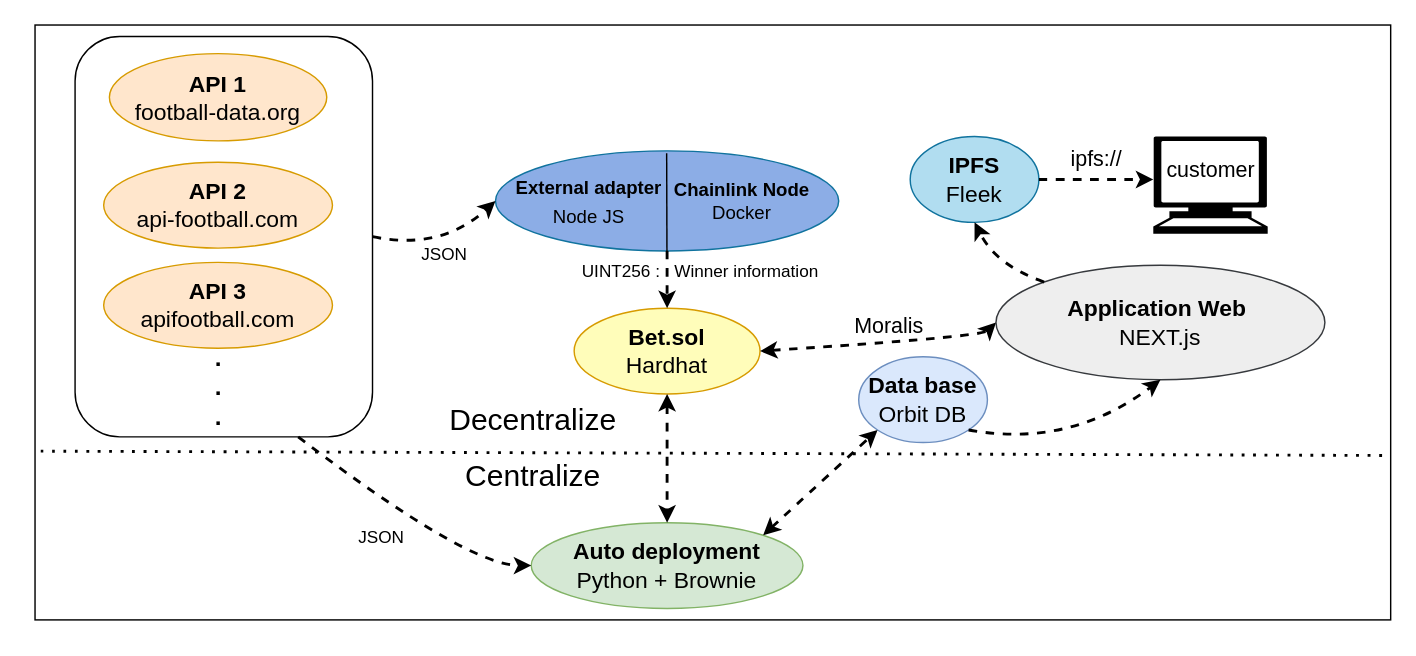
Above: Annexes/footbet_shema_full_decentralize.drawio in beirao/main-decentralize-foot-bet (draw.io), before the change. Source tidied: cells renumbered, new cells numbered last; positions are measured from the earlier drawing's top-left corner, leaving out a move shared by most shapes. Both pictures are drawn from the tidied source at 143%, with x=0, y=0 at pixel (34, 24).
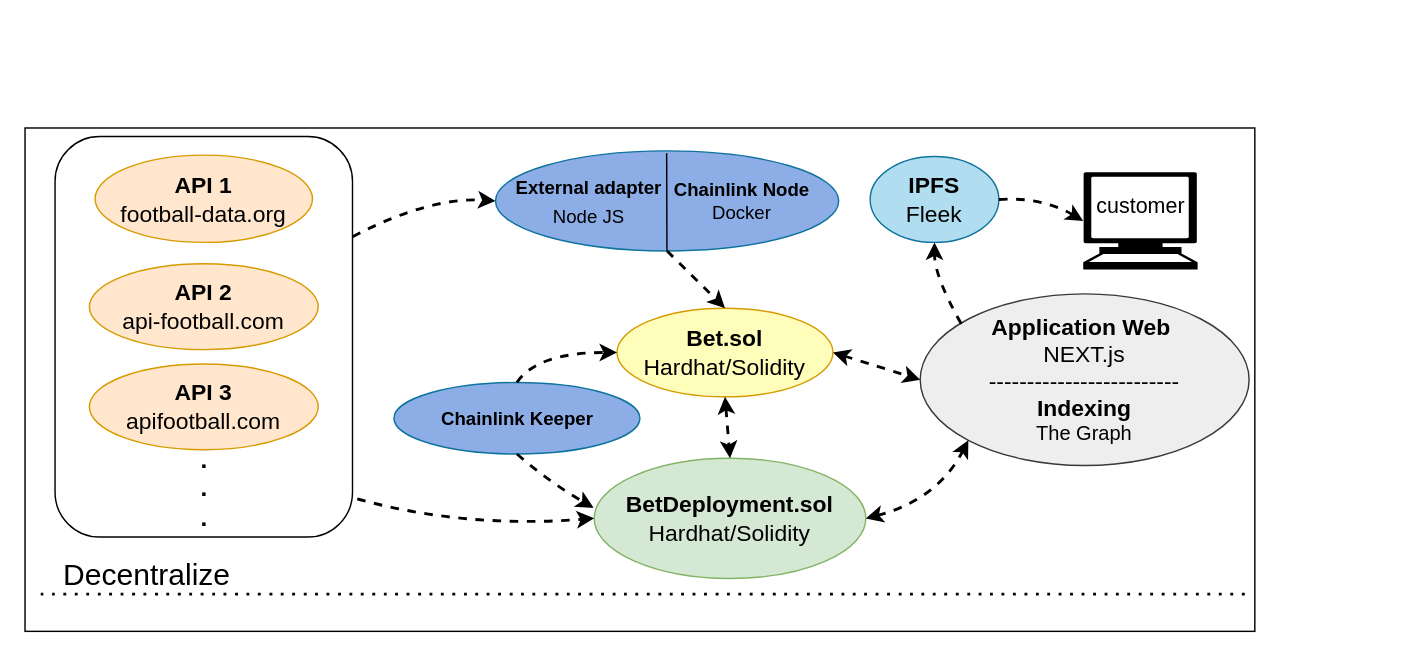
The same diagram, later.

Unchanged cells that the change refers to:
```xml
<mxCell id="2" value="&lt;font style=&quot;font-size: 13px;&quot;&gt;&amp;nbsp; &amp;nbsp; &amp;nbsp; &amp;nbsp; &amp;nbsp; &amp;nbsp; &amp;nbsp; &amp;nbsp; &amp;nbsp; &amp;nbsp; &amp;nbsp; &amp;nbsp; &amp;nbsp; &amp;nbsp; &amp;nbsp; &amp;nbsp;&amp;nbsp;&lt;/font&gt;" style="ellipse;whiteSpace=wrap;html=1;fillColor=#8CADE6;strokeColor=#10739e;rounded=0;" parent="1" vertex="1">
  <mxGeometry x="322" y="88" width="240" height="70" as="geometry" />
</mxCell>
```

What changed in the source:
```diff
@@
     <mxCell id="3" value="&lt;font style=&quot;font-size: 16px;&quot;&gt;&lt;b&gt;IPFS&lt;/b&gt;&lt;br&gt;Fleek&lt;/font&gt;" style="ellipse;whiteSpace=wrap;html=1;fillColor=#b1ddf0;strokeColor=#10739e;rounded=0;" parent="1" vertex="1">
-      <mxGeometry x="612" y="78" width="90" height="60" as="geometry" />
+      <mxGeometry x="584" y="92" width="90" height="60" as="geometry" />
     </mxCell>
-    <mxCell id="4" value="&lt;font style=&quot;font-size: 16px;&quot;&gt;&lt;b&gt;Application Web&amp;nbsp;&lt;br&gt;&lt;/b&gt;NEXT.js&lt;/font&gt;" style="ellipse;whiteSpace=wrap;html=1;fillColor=#eeeeee;strokeColor=#36393d;rounded=0;" parent="1" vertex="1">
-      <mxGeometry x="672" y="168" width="230" height="80" as="geometry" />
+    <mxCell id="4" value="&lt;font style=&quot;&quot;&gt;&lt;b style=&quot;font-size: 16px;&quot;&gt;Application Web&amp;nbsp;&lt;br&gt;&lt;/b&gt;&lt;span style=&quot;font-size: 16px;&quot;&gt;NEXT.js&lt;/span&gt;&lt;br&gt;&lt;span style=&quot;font-size: 16px;&quot;&gt;-------------------------&lt;/span&gt;&lt;br&gt;&lt;b style=&quot;font-size: 16px;&quot;&gt;Indexing&lt;br&gt;&lt;/b&gt;&lt;font style=&quot;font-size: 14px;&quot;&gt;The Graph&lt;/font&gt;&lt;br&gt;&lt;/font&gt;" style="ellipse;whiteSpace=wrap;html=1;fillColor=#eeeeee;strokeColor=#36393d;rounded=0;" parent="1" vertex="1">
+      <mxGeometry x="619" y="188" width="230" height="120" as="geometry" />
     </mxCell>
     <mxCell id="5" value="&lt;span style=&quot;font-size: 16px;&quot;&gt;&lt;b&gt;API 1&lt;br&gt;&lt;/b&gt;football-data.org&lt;br&gt;&lt;/span&gt;" style="ellipse;whiteSpace=wrap;html=1;fillColor=#ffe6cc;strokeColor=#d79b00;rounded=0;" parent="1" vertex="1">
-      <mxGeometry x="52" y="20" width="152" height="61" as="geometry" />
+      <mxGeometry x="42" y="91" width="152" height="61" as="geometry" />
     </mxCell>
-    <mxCell id="6" value="&lt;font style=&quot;font-size: 16px;&quot;&gt;&lt;b&gt;Bet.sol&lt;br&gt;&lt;/b&gt;Hardhat&lt;/font&gt;" style="ellipse;whiteSpace=wrap;html=1;fillColor=#FFFDBA;strokeColor=#d79b00;rounded=0;" parent="1" vertex="1">
-      <mxGeometry x="377" y="198" width="130" height="60" as="geometry" />
+    <mxCell id="6" value="&lt;font style=&quot;font-size: 16px;&quot;&gt;&lt;b&gt;Bet.sol&lt;br&gt;&lt;/b&gt;Hardhat/Solidity&lt;/font&gt;" style="ellipse;whiteSpace=wrap;html=1;fillColor=#FFFDBA;strokeColor=#d79b00;rounded=0;" parent="1" vertex="1">
+      <mxGeometry x="407" y="198" width="151" height="62" as="geometry" />
     </mxCell>
@@
-    <mxCell id="10" value="&lt;span style=&quot;font-size: 16px;&quot;&gt;&lt;b&gt;Auto deployment&lt;br&gt;&lt;/b&gt;Python + Brownie&lt;/span&gt;" style="ellipse;whiteSpace=wrap;html=1;fillColor=#d5e8d4;strokeColor=#82b366;rounded=0;" parent="1" vertex="1">
-      <mxGeometry x="347" y="348" width="190" height="60" as="geometry" />
+    <mxCell id="10" value="&lt;span style=&quot;font-size: 16px;&quot;&gt;&lt;b&gt;BetDeployment.sol&lt;/b&gt;&lt;br&gt;Hardhat/Solidity&lt;br&gt;&lt;/span&gt;" style="ellipse;whiteSpace=wrap;html=1;fillColor=#d5e8d4;strokeColor=#82b366;rounded=0;" parent="1" vertex="1">
+      <mxGeometry x="391" y="303" width="190" height="84" as="geometry" />
     </mxCell>
-    <mxCell id="11" value="&lt;font style=&quot;font-size: 16px;&quot;&gt;&lt;b&gt;Data base&lt;br&gt;&lt;/b&gt;Orbit DB&lt;/font&gt;" style="ellipse;whiteSpace=wrap;html=1;fillColor=#dae8fc;strokeColor=#6c8ebf;rounded=0;" parent="1" vertex="1">
-      <mxGeometry x="576" y="232" width="90" height="60" as="geometry" />
-    </mxCell>
     <mxCell id="12" style="endArrow=classic;html=1;rounded=0;fontSize=16;exitX=1;exitY=0.5;exitDx=0;exitDy=0;entryX=0;entryY=0.5;entryDx=0;entryDy=0;dashed=1;startArrow=classic;startFill=1;strokeWidth=2;curved=1;" parent="1" edge="1" source="6" target="4">
-      <mxGeometry relative="1" as="geometry">
-        <Array as="points">
-          <mxPoint x="662" y="218" />
-        </Array>
-      </mxGeometry>
+      <mxGeometry relative="1" as="geometry" />
     </mxCell>
@@
-    <mxCell id="15" style="endArrow=classic;html=1;rounded=0;fontSize=16;exitX=1;exitY=0;exitDx=0;exitDy=0;entryX=0;entryY=1;entryDx=0;entryDy=0;dashed=1;startArrow=classic;startFill=1;strokeWidth=2;curved=1;" parent="1" edge="1" source="10" target="11">
-      <mxGeometry relative="1" as="geometry" />
-    </mxCell>
-    <mxCell id="16" style="endArrow=classic;html=1;rounded=0;fontSize=16;exitX=0;exitY=0;exitDx=0;exitDy=0;entryX=0.5;entryY=1;entryDx=0;entryDy=0;dashed=1;startArrow=none;startFill=0;strokeWidth=2;curved=1;" parent="1" edge="1" source="4" target="3">
+    <mxCell id="16" style="endArrow=classic;html=1;rounded=0;fontSize=16;entryX=0.5;entryY=1;entryDx=0;entryDy=0;dashed=1;startArrow=none;startFill=0;strokeWidth=2;curved=1;exitX=0.125;exitY=0.175;exitDx=0;exitDy=0;exitPerimeter=0;" parent="1" edge="1" source="4" target="3">
       <mxGeometry relative="1" as="geometry">
         <Array as="points">
-          <mxPoint x="672" y="168" />
+          <mxPoint x="629" y="176" />
         </Array>
       </mxGeometry>
     </mxCell>
-    <mxCell id="17" style="endArrow=classic;html=1;rounded=0;fontSize=16;exitX=1;exitY=1;exitDx=0;exitDy=0;dashed=1;startArrow=none;startFill=0;strokeWidth=2;curved=1;entryX=0.5;entryY=1;entryDx=0;entryDy=0;" parent="1" edge="1" source="11" target="4">
-      <mxGeometry relative="1" as="geometry">
-        <Array as="points">
-          <mxPoint x="724" y="296" />
-        </Array>
-      </mxGeometry>
-    </mxCell>
-    <mxCell id="18" style="endArrow=classic;html=1;rounded=0;fontSize=16;dashed=1;startArrow=none;startFill=0;strokeWidth=2;curved=1;entryX=0;entryY=0.5;entryDx=0;entryDy=0;exitX=1;exitY=0.5;exitDx=0;exitDy=0;" parent="1" edge="1" source="32" target="2">
+    <mxCell id="18" style="endArrow=classic;html=1;rounded=0;fontSize=16;dashed=1;startArrow=none;startFill=0;strokeWidth=2;curved=1;entryX=0;entryY=0.5;entryDx=0;entryDy=0;exitX=1;exitY=0.25;exitDx=0;exitDy=0;" parent="1" edge="1" source="32" target="2">
       <mxGeometry relative="1" as="geometry">
         <Array as="points">
-          <mxPoint x="284" y="158" />
+          <mxPoint x="276" y="120" />
         </Array>
       </mxGeometry>
     </mxCell>
-    <mxCell id="19" style="endArrow=classic;html=1;rounded=0;fontSize=16;entryX=0;entryY=0.5;entryDx=0;entryDy=0;dashed=1;startArrow=none;startFill=0;strokeWidth=2;curved=1;exitX=0.75;exitY=1;exitDx=0;exitDy=0;" parent="1" edge="1" source="32" target="10">
+    <mxCell id="19" style="endArrow=classic;html=1;rounded=0;fontSize=16;entryX=0;entryY=0.5;entryDx=0;entryDy=0;dashed=1;startArrow=none;startFill=0;strokeWidth=2;curved=1;exitX=1.016;exitY=0.905;exitDx=0;exitDy=0;exitPerimeter=0;" parent="1" edge="1" source="32" target="10">
       <mxGeometry relative="1" as="geometry">
         <Array as="points">
-          <mxPoint x="302" y="378" />
+          <mxPoint x="300" y="352" />
         </Array>
       </mxGeometry>
     </mxCell>
     <mxCell id="20" style="endArrow=none;dashed=1;html=1;dashPattern=1 3;strokeWidth=2;rounded=0;fontSize=12;startSize=14;endSize=14;curved=1;" parent="1" edge="1">
       <mxGeometry relative="1" as="geometry">
-        <mxPoint x="4" y="298" as="sourcePoint" />
-        <mxPoint x="942" y="301" as="targetPoint" />
+        <mxPoint x="4" y="398" as="sourcePoint" />
+        <mxPoint x="848" y="398" as="targetPoint" />
       </mxGeometry>
     </mxCell>
     <mxCell id="21" value="&lt;font style=&quot;font-size: 21px;&quot;&gt;Decentralize&lt;/font&gt;" style="text;html=1;align=center;verticalAlign=middle;strokeColor=none;fillColor=none;fontSize=16;" parent="1" vertex="1">
-      <mxGeometry x="278" y="256" width="140" height="40" as="geometry" />
+      <mxGeometry x="8" y="364" width="140" height="40" as="geometry" />
     </mxCell>
-    <mxCell id="22" value="&lt;font style=&quot;font-size: 21px;&quot;&gt;Centralize&lt;/font&gt;" style="text;html=1;align=center;verticalAlign=middle;strokeColor=none;fillColor=none;fontSize=16;" parent="1" vertex="1">
-      <mxGeometry x="288" y="295" width="120" height="40" as="geometry" />
-    </mxCell>
-    <mxCell id="23" value="JSON" style="text;html=1;align=center;verticalAlign=middle;strokeColor=none;fillColor=none;" parent="1" vertex="1">
-      <mxGeometry x="256" y="146" width="60" height="30" as="geometry" />
-    </mxCell>
-    <mxCell id="24" value="JSON" style="text;html=1;align=center;verticalAlign=middle;strokeColor=none;fillColor=none;" parent="1" vertex="1">
-      <mxGeometry x="212" y="344" width="60" height="30" as="geometry" />
-    </mxCell>
-    <mxCell id="25" value="UINT256 :&amp;nbsp; &amp;nbsp;Winner information" style="text;html=1;align=center;verticalAlign=middle;strokeColor=none;fillColor=none;" parent="1" vertex="1">
-      <mxGeometry x="370" y="158" width="190" height="30" as="geometry" />
-    </mxCell>
-    <mxCell id="26" style="endArrow=classic;html=1;rounded=0;fontSize=16;exitX=1;exitY=0.5;exitDx=0;exitDy=0;dashed=1;startArrow=none;startFill=0;strokeWidth=2;curved=1;" parent="1" edge="1" source="3">
+    <mxCell id="26" style="endArrow=classic;html=1;rounded=0;fontSize=16;exitX=1;exitY=0.5;exitDx=0;exitDy=0;dashed=1;startArrow=none;startFill=0;strokeWidth=2;curved=1;entryX=0;entryY=0.5;entryDx=0;entryDy=0;entryPerimeter=0;" parent="1" edge="1" source="3" target="27">
       <mxGeometry relative="1" as="geometry">
-        <mxPoint x="782" y="108" as="targetPoint" />
+        <Array as="points">
+          <mxPoint x="704" y="120" />
+        </Array>
       </mxGeometry>
     </mxCell>
     <mxCell id="27" style="shape=mxgraph.signs.tech.computer;html=1;fillColor=#000000;strokeColor=none;verticalLabelPosition=bottom;verticalAlign=top;align=center;" parent="1" vertex="1">
-      <mxGeometry x="782" y="78" width="80" height="68" as="geometry" />
+      <mxGeometry x="733" y="103" width="80" height="68" as="geometry" />
     </mxCell>
     <mxCell id="28" value="&lt;font style=&quot;font-size: 15px;&quot;&gt;customer&lt;/font&gt;" style="text;html=1;align=center;verticalAlign=middle;strokeColor=none;fillColor=none;" parent="1" vertex="1">
-      <mxGeometry x="777" y="86" width="90" height="30" as="geometry" />
+      <mxGeometry x="728" y="111" width="90" height="30" as="geometry" />
     </mxCell>
-    <mxCell id="29" value="ipfs://" style="text;html=1;align=center;verticalAlign=middle;strokeColor=none;fillColor=none;fontSize=15;" parent="1" vertex="1">
-      <mxGeometry x="712" y="78" width="60" height="30" as="geometry" />
-    </mxCell>
-    <mxCell id="30" value="Moralis" style="text;html=1;align=center;verticalAlign=middle;strokeColor=none;fillColor=none;fontSize=15;" parent="1" vertex="1">
-      <mxGeometry x="562" y="195" width="70" height="30" as="geometry" />
-    </mxCell>
     <mxCell id="31" style="rounded=0;whiteSpace=wrap;html=1;fillColor=none;" parent="1" vertex="1">
-      <mxGeometry width="948" height="416" as="geometry" />
+      <mxGeometry x="-7" y="72" width="860" height="352" as="geometry" />
     </mxCell>
     <mxCell id="32" style="rounded=1;whiteSpace=wrap;html=1;fillColor=none;" parent="1" vertex="1">
-      <mxGeometry x="28" y="8" width="208" height="280" as="geometry" />
+      <mxGeometry x="14" y="78" width="208" height="280" as="geometry" />
     </mxCell>
     <mxCell id="33" value="&lt;span style=&quot;font-size: 16px;&quot;&gt;&lt;b&gt;API 2&lt;br&gt;&lt;/b&gt;api-football.com&lt;br&gt;&lt;/span&gt;" style="ellipse;whiteSpace=wrap;html=1;fillColor=#ffe6cc;strokeColor=#d79b00;rounded=0;" parent="1" vertex="1">
-      <mxGeometry x="48" y="96" width="160" height="60" as="geometry" />
+      <mxGeometry x="38" y="167" width="160" height="60" as="geometry" />
     </mxCell>
     <mxCell id="34" value="&lt;span style=&quot;font-size: 16px;&quot;&gt;&lt;b&gt;API 3&lt;br&gt;&lt;/b&gt;apifootball.com&lt;br&gt;&lt;/span&gt;" style="ellipse;whiteSpace=wrap;html=1;fillColor=#ffe6cc;strokeColor=#d79b00;rounded=0;" parent="1" vertex="1">
-      <mxGeometry x="48" y="166" width="160" height="60" as="geometry" />
+      <mxGeometry x="38" y="237" width="160" height="60" as="geometry" />
     </mxCell>
     <mxCell id="35" value="&lt;b style=&quot;font-size: 17px;&quot;&gt;.&lt;br&gt;.&lt;br&gt;.&lt;/b&gt;" style="text;html=1;align=center;verticalAlign=middle;strokeColor=none;fillColor=none;" parent="1" vertex="1">
-      <mxGeometry x="114" y="216" width="28" height="76" as="geometry" />
+      <mxGeometry x="104" y="287" width="28" height="76" as="geometry" />
     </mxCell>
+    <mxCell id="36" value="&lt;font style=&quot;font-size: 13px;&quot;&gt;&amp;nbsp; &amp;nbsp; &amp;nbsp; &amp;nbsp; &amp;nbsp; &amp;nbsp; &amp;nbsp; &amp;nbsp; &amp;nbsp; &amp;nbsp; &amp;nbsp; &amp;nbsp; &amp;nbsp; &amp;nbsp; &amp;nbsp; &amp;nbsp;&amp;nbsp;&lt;/font&gt;" style="ellipse;whiteSpace=wrap;html=1;fillColor=#8CADE6;strokeColor=#10739e;rounded=0;" parent="1" vertex="1">
+      <mxGeometry x="251" y="250" width="172" height="50" as="geometry" />
+    </mxCell>
+    <mxCell id="37" value="&lt;font style=&quot;font-size: 13px;&quot;&gt;&lt;b&gt;Chainlink Keeper&lt;/b&gt;&lt;br&gt;&lt;/font&gt;" style="text;html=1;align=center;verticalAlign=middle;strokeColor=none;fillColor=none;fontSize=16;rounded=0;" parent="1" vertex="1">
+      <mxGeometry x="273" y="258" width="128" height="32" as="geometry" />
+    </mxCell>
+    <mxCell id="38" style="endArrow=classic;html=1;rounded=0;fontSize=16;exitX=0.5;exitY=1;exitDx=0;exitDy=0;dashed=1;startArrow=none;startFill=0;strokeWidth=2;curved=1;entryX=-0.002;entryY=0.412;entryDx=0;entryDy=0;entryPerimeter=0;" parent="1" edge="1" source="36" target="10">
+      <mxGeometry relative="1" as="geometry">
+        <Array as="points">
+          <mxPoint x="360" y="320" />
+        </Array>
+      </mxGeometry>
+    </mxCell>
+    <mxCell id="39" style="endArrow=classic;html=1;rounded=0;fontSize=16;exitX=0.5;exitY=0;exitDx=0;exitDy=0;dashed=1;startArrow=none;startFill=0;strokeWidth=2;curved=1;entryX=0;entryY=0.5;entryDx=0;entryDy=0;" parent="1" edge="1" source="36" target="6">
+      <mxGeometry relative="1" as="geometry">
+        <Array as="points">
+          <mxPoint x="351" y="229" />
+        </Array>
+      </mxGeometry>
+    </mxCell>
+    <mxCell id="40" style="endArrow=classic;html=1;rounded=0;fontSize=16;exitX=1;exitY=0.5;exitDx=0;exitDy=0;dashed=1;startArrow=classic;startFill=1;strokeWidth=2;curved=1;entryX=0;entryY=1;entryDx=0;entryDy=0;" parent="1" edge="1" source="10" target="4">
+      <mxGeometry relative="1" as="geometry">
+        <Array as="points">
+          <mxPoint x="631" y="332" />
+        </Array>
+      </mxGeometry>
+    </mxCell>
```
